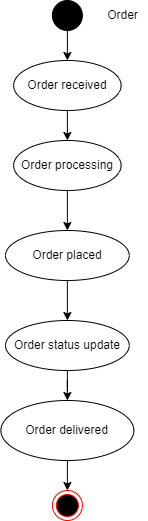
mohitleo03/Software-Engineering-Project-Management keeps this draw.io diagram as State Diagram/Order.png. Above is the earlier version. Source tidied: cells renumbered, new cells last; positions are measured from the earlier drawing's top-left corner, leaving out a move shared by most shapes. Source of this version:
```xml
<mxGraphModel>
  <root>
    <mxCell id="0" />
    <mxCell id="1" parent="0" />
    <mxCell id="2" style="ellipse;html=1;shape=endState;fillColor=#000000;strokeColor=#ff0000;" parent="1" vertex="1">
      <mxGeometry x="51.9" y="490" width="30" height="30" as="geometry" />
    </mxCell>
    <mxCell id="3" style="edgeStyle=orthogonalEdgeStyle;rounded=0;jettySize=auto;html=1;exitX=0.5;exitY=1;exitDx=0;exitDy=0;" parent="1" edge="1" source="4" target="6">
      <mxGeometry relative="1" as="geometry" />
    </mxCell>
    <mxCell id="4" style="ellipse;whiteSpace=wrap;html=1;fillColor=#000000;" parent="1" vertex="1">
      <mxGeometry x="51.9" width="30" height="30" as="geometry" />
    </mxCell>
    <mxCell id="5" style="edgeStyle=orthogonalEdgeStyle;rounded=0;jettySize=auto;html=1;exitX=0.5;exitY=1;exitDx=0;exitDy=0;entryX=0.5;entryY=0;entryDx=0;entryDy=0;" parent="1" edge="1" source="6" target="9">
      <mxGeometry relative="1" as="geometry" />
    </mxCell>
    <mxCell id="6" value="Order received" style="ellipse;whiteSpace=wrap;html=1;fillColor=#FFFFFF;" parent="1" vertex="1">
      <mxGeometry x="13.1" y="60" width="107.5" height="50" as="geometry" />
    </mxCell>
    <mxCell id="7" value="Order" style="text;html=1;align=center;verticalAlign=middle;strokeColor=none;fillColor=none;" parent="1" vertex="1">
      <mxGeometry x="96.9" y="5" width="50" height="20" as="geometry" />
    </mxCell>
    <mxCell id="8" style="edgeStyle=orthogonalEdgeStyle;rounded=0;jettySize=auto;html=1;exitX=0.5;exitY=1;exitDx=0;exitDy=0;entryX=0.5;entryY=0;entryDx=0;entryDy=0;" parent="1" edge="1" source="9" target="11">
      <mxGeometry relative="1" as="geometry" />
    </mxCell>
    <mxCell id="9" value="Order processing" style="ellipse;whiteSpace=wrap;html=1;fillColor=#FFFFFF;" parent="1" vertex="1">
      <mxGeometry x="13.1" y="140" width="107.5" height="50" as="geometry" />
    </mxCell>
    <mxCell id="10" style="edgeStyle=orthogonalEdgeStyle;rounded=0;jettySize=auto;html=1;exitX=0.5;exitY=1;exitDx=0;exitDy=0;" parent="1" edge="1" source="11" target="13">
      <mxGeometry relative="1" as="geometry" />
    </mxCell>
    <mxCell id="11" value="Order placed" style="ellipse;whiteSpace=wrap;html=1;fillColor=#FFFFFF;" parent="1" vertex="1">
      <mxGeometry x="5" y="230" width="123.8" height="50" as="geometry" />
    </mxCell>
    <mxCell id="12" style="edgeStyle=orthogonalEdgeStyle;rounded=0;jettySize=auto;html=1;exitX=0.5;exitY=1;exitDx=0;exitDy=0;" parent="1" edge="1" source="13" target="15">
      <mxGeometry relative="1" as="geometry" />
    </mxCell>
    <mxCell id="13" value="Order status update" style="ellipse;whiteSpace=wrap;html=1;fillColor=#FFFFFF;" parent="1" vertex="1">
      <mxGeometry x="5" y="320" width="123.8" height="50" as="geometry" />
    </mxCell>
    <mxCell id="14" style="edgeStyle=orthogonalEdgeStyle;rounded=0;jettySize=auto;html=1;exitX=0.5;exitY=1;exitDx=0;exitDy=0;entryX=0.5;entryY=0;entryDx=0;entryDy=0;" parent="1" edge="1" source="15" target="2">
      <mxGeometry relative="1" as="geometry" />
    </mxCell>
    <mxCell id="15" value="Order delivered" style="ellipse;whiteSpace=wrap;html=1;fillColor=#FFFFFF;" parent="1" vertex="1">
      <mxGeometry x="0.4" y="400" width="133" height="60" as="geometry" />
    </mxCell>
  </root>
</mxGraphModel>
```
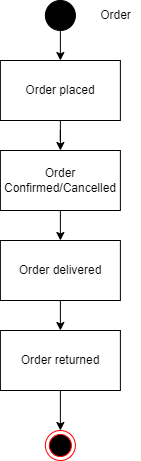
Later version of the same file.

Diff of the diagram source:
```diff
@@ -3,46 +3,40 @@
     <mxCell id="0" />
     <mxCell id="1" parent="0" />
     <mxCell id="2" style="ellipse;html=1;shape=endState;fillColor=#000000;strokeColor=#ff0000;" parent="1" vertex="1">
-      <mxGeometry x="51.9" y="490" width="30" height="30" as="geometry" />
+      <mxGeometry x="51.9" y="430" width="30" height="30" as="geometry" />
     </mxCell>
-    <mxCell id="3" style="edgeStyle=orthogonalEdgeStyle;rounded=0;jettySize=auto;html=1;exitX=0.5;exitY=1;exitDx=0;exitDy=0;" parent="1" edge="1" source="4" target="6">
-      <mxGeometry relative="1" as="geometry" />
-    </mxCell>
+    <mxCell id="16" style="edgeStyle=orthogonalEdgeStyle;rounded=0;jettySize=auto;html=1;exitX=0.5;exitY=1;exitDx=0;exitDy=0;entryX=0.5;entryY=0;entryDx=0;entryDy=0;" parent="1" edge="1" source="4" target="11">
+      <mxGeometry relative="1" as="geometry" />
+    </mxCell>
     <mxCell id="4" style="ellipse;whiteSpace=wrap;html=1;fillColor=#000000;" parent="1" vertex="1">
       <mxGeometry x="51.9" width="30" height="30" as="geometry" />
     </mxCell>
-    <mxCell id="5" style="edgeStyle=orthogonalEdgeStyle;rounded=0;jettySize=auto;html=1;exitX=0.5;exitY=1;exitDx=0;exitDy=0;entryX=0.5;entryY=0;entryDx=0;entryDy=0;" parent="1" edge="1" source="6" target="9">
-      <mxGeometry relative="1" as="geometry" />
-    </mxCell>
-    <mxCell id="6" value="Order received" style="ellipse;whiteSpace=wrap;html=1;fillColor=#FFFFFF;" parent="1" vertex="1">
-      <mxGeometry x="13.1" y="60" width="107.5" height="50" as="geometry" />
-    </mxCell>
     <mxCell id="7" value="Order" style="text;html=1;align=center;verticalAlign=middle;strokeColor=none;fillColor=none;" parent="1" vertex="1">
       <mxGeometry x="96.9" y="5" width="50" height="20" as="geometry" />
     </mxCell>
-    <mxCell id="8" style="edgeStyle=orthogonalEdgeStyle;rounded=0;jettySize=auto;html=1;exitX=0.5;exitY=1;exitDx=0;exitDy=0;entryX=0.5;entryY=0;entryDx=0;entryDy=0;" parent="1" edge="1" source="9" target="11">
-      <mxGeometry relative="1" as="geometry" />
-    </mxCell>
-    <mxCell id="9" value="Order processing" style="ellipse;whiteSpace=wrap;html=1;fillColor=#FFFFFF;" parent="1" vertex="1">
-      <mxGeometry x="13.1" y="140" width="107.5" height="50" as="geometry" />
-    </mxCell>
-    <mxCell id="10" style="edgeStyle=orthogonalEdgeStyle;rounded=0;jettySize=auto;html=1;exitX=0.5;exitY=1;exitDx=0;exitDy=0;" parent="1" edge="1" source="11" target="13">
-      <mxGeometry relative="1" as="geometry" />
-    </mxCell>
+    <mxCell id="17" style="edgeStyle=orthogonalEdgeStyle;rounded=0;jettySize=auto;html=1;exitX=0.5;exitY=1;exitDx=0;exitDy=0;" parent="1" edge="1" source="11" target="19">
+      <mxGeometry relative="1" as="geometry" />
+    </mxCell>
-    <mxCell id="11" value="Order placed" style="ellipse;whiteSpace=wrap;html=1;fillColor=#FFFFFF;" parent="1" vertex="1">
-      <mxGeometry x="5" y="230" width="123.8" height="50" as="geometry" />
+    <mxCell id="11" value="Order placed" style="rounded=0;whiteSpace=wrap;html=1;" parent="1" vertex="1">
+      <mxGeometry x="6.9" y="60" width="120" height="60" as="geometry" />
     </mxCell>
-    <mxCell id="12" style="edgeStyle=orthogonalEdgeStyle;rounded=0;jettySize=auto;html=1;exitX=0.5;exitY=1;exitDx=0;exitDy=0;" parent="1" edge="1" source="13" target="15">
-      <mxGeometry relative="1" as="geometry" />
-    </mxCell>
-    <mxCell id="13" value="Order status update" style="ellipse;whiteSpace=wrap;html=1;fillColor=#FFFFFF;" parent="1" vertex="1">
-      <mxGeometry x="5" y="320" width="123.8" height="50" as="geometry" />
-    </mxCell>
-    <mxCell id="14" style="edgeStyle=orthogonalEdgeStyle;rounded=0;jettySize=auto;html=1;exitX=0.5;exitY=1;exitDx=0;exitDy=0;entryX=0.5;entryY=0;entryDx=0;entryDy=0;" parent="1" edge="1" source="15" target="2">
-      <mxGeometry relative="1" as="geometry" />
-    </mxCell>
+    <mxCell id="18" style="edgeStyle=orthogonalEdgeStyle;rounded=0;jettySize=auto;html=1;exitX=0.5;exitY=1;exitDx=0;exitDy=0;entryX=0.5;entryY=0;entryDx=0;entryDy=0;" parent="1" edge="1" source="19" target="15">
+      <mxGeometry relative="1" as="geometry" />
+    </mxCell>
+    <mxCell id="19" value="Order Confirmed/Cancelled" style="rounded=0;whiteSpace=wrap;html=1;" parent="1" vertex="1">
+      <mxGeometry x="6.9" y="150" width="120" height="60" as="geometry" />
+    </mxCell>
+    <mxCell id="20" style="edgeStyle=orthogonalEdgeStyle;rounded=0;jettySize=auto;html=1;exitX=0.5;exitY=1;exitDx=0;exitDy=0;entryX=0.5;entryY=0;entryDx=0;entryDy=0;" parent="1" edge="1" source="15" target="22">
+      <mxGeometry relative="1" as="geometry" />
+    </mxCell>
-    <mxCell id="15" value="Order delivered" style="ellipse;whiteSpace=wrap;html=1;fillColor=#FFFFFF;" parent="1" vertex="1">
-      <mxGeometry x="0.4" y="400" width="133" height="60" as="geometry" />
+    <mxCell id="15" value="Order delivered" style="rounded=0;whiteSpace=wrap;html=1;" parent="1" vertex="1">
+      <mxGeometry x="6.9" y="240" width="120" height="60" as="geometry" />
     </mxCell>
+    <mxCell id="21" style="edgeStyle=orthogonalEdgeStyle;rounded=0;jettySize=auto;html=1;exitX=0.5;exitY=1;exitDx=0;exitDy=0;entryX=0.5;entryY=0;entryDx=0;entryDy=0;" parent="1" edge="1" source="22" target="2">
+      <mxGeometry relative="1" as="geometry" />
+    </mxCell>
+    <mxCell id="22" value="Order returned" style="rounded=0;whiteSpace=wrap;html=1;" parent="1" vertex="1">
+      <mxGeometry x="6.9" y="330" width="120" height="60" as="geometry" />
+    </mxCell>
   </root>
 </mxGraphModel>
```
